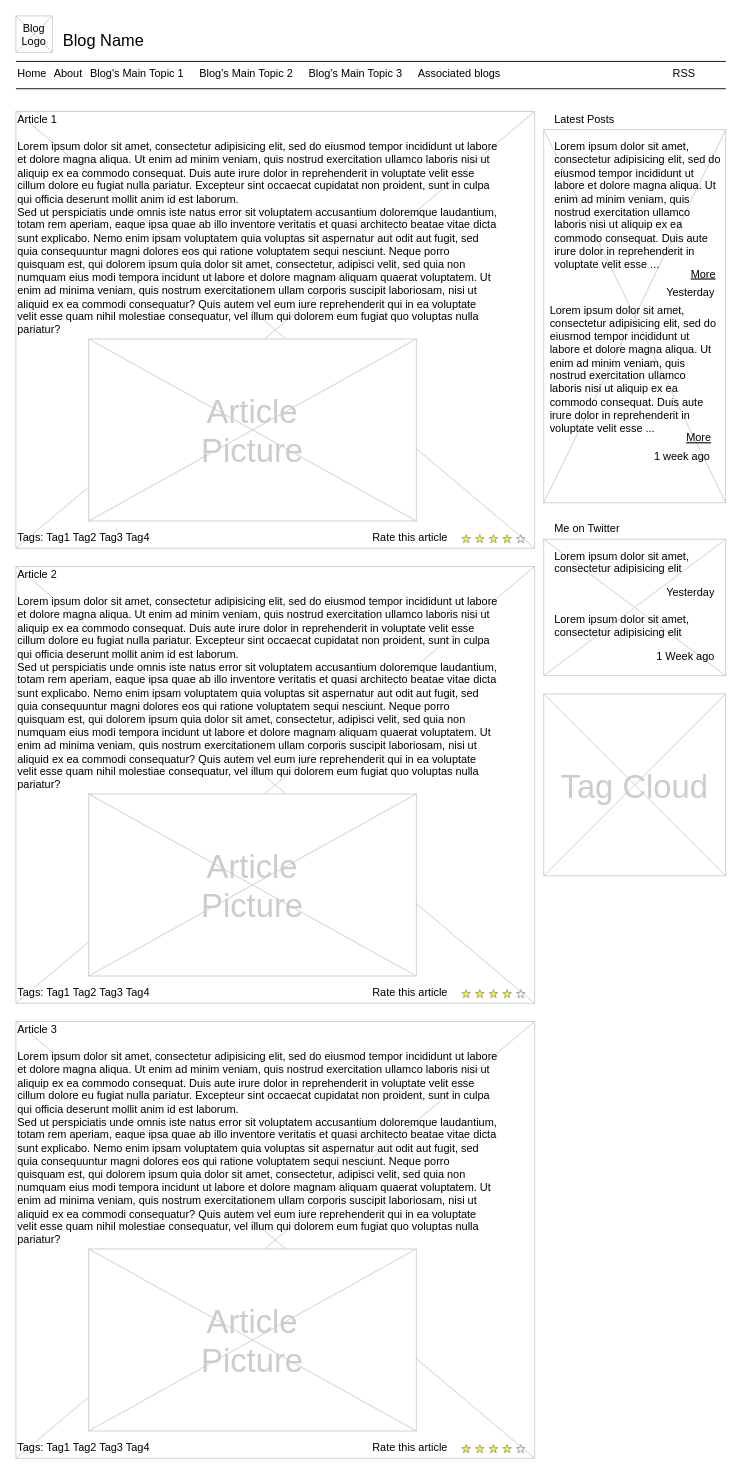
Earlier version of the draw.io diagram DeutschGrammatik.drawio (waqas79/DetuschGrammatik). Source tidied: cells renumbered, new cells numbered last; positions are measured from the earlier drawing's top-left corner, leaving out a move shared by most shapes. Both pictures are drawn from the tidied source at 91%, with x=0, y=0 at pixel (15, 15).
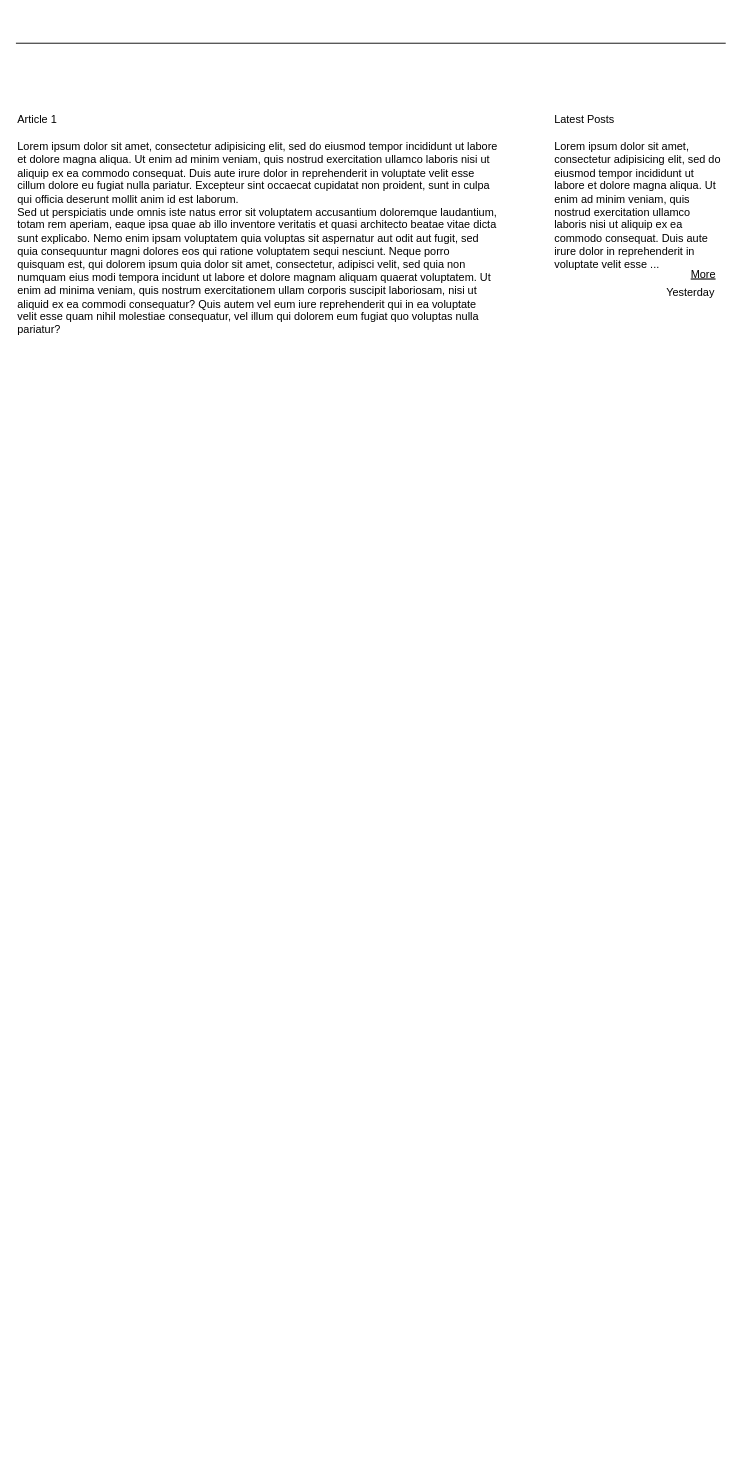
After the change.

The edit, as a diff of the source:
```diff
@@
-    <mxCell id="2" style="verticalLabelPosition=bottom;verticalAlign=top;strokeWidth=1;shape=mxgraph.mockup.graphics.iconGrid;strokeColor=#CCCCCC;gridSize=1,1;" parent="1" vertex="1">
-      <mxGeometry x="580" y="125" width="200" height="410" as="geometry" />
-    </mxCell>
-    <mxCell id="3" style="verticalLabelPosition=bottom;verticalAlign=top;strokeWidth=1;shape=mxgraph.mockup.graphics.iconGrid;strokeColor=#CCCCCC;gridSize=1,1;" parent="1" vertex="1">
-      <mxGeometry y="105" width="570" height="480" as="geometry" />
-    </mxCell>
-    <mxCell id="4" value="Blog Name" style="text;spacingTop=-5;fontSize=18;fontStyle=0;" parent="1" vertex="1">
-      <mxGeometry x="50" y="15" width="230" height="20" as="geometry" />
-    </mxCell>
-    <mxCell id="5" style="line;strokeWidth=1;" parent="1" vertex="1">
-      <mxGeometry y="45" width="780" height="10" as="geometry" />
-    </mxCell>
     <mxCell id="6" style="line;strokeWidth=1;" parent="1" vertex="1">
-      <mxGeometry y="75" width="780" height="10" as="geometry" />
+      <mxGeometry y="25" width="780" height="10" as="geometry" />
     </mxCell>
-    <mxCell id="7" value="Home" style="text;spacingTop=-5;" parent="1" vertex="1">
-      <mxGeometry y="55" width="30" height="20" as="geometry" />
-    </mxCell>
-    <mxCell id="8" value="About" style="text;spacingTop=-5;" parent="1" vertex="1">
-      <mxGeometry x="40" y="55" width="30" height="20" as="geometry" />
-    </mxCell>
-    <mxCell id="9" value="Associated blogs" style="text;spacingTop=-5;" parent="1" vertex="1">
-      <mxGeometry x="440" y="55" width="30" height="20" as="geometry" />
-    </mxCell>
@@
-    <mxCell id="13" value="RSS" style="text;spacingTop=-5;" parent="1" vertex="1">
-      <mxGeometry x="720" y="55" width="30" height="20" as="geometry" />
-    </mxCell>
@@
-    <mxCell id="17" value="Lorem ipsum dolor sit amet, consectetur adipisicing elit, sed do eiusmod tempor incididunt ut labore et dolore magna aliqua. Ut enim ad minim veniam, quis nostrud exercitation ullamco laboris nisi ut aliquip ex ea commodo consequat. Duis aute irure dolor in reprehenderit in voluptate velit esse ..." style="text;spacingTop=-5;whiteSpace=wrap;align=left;" parent="1" vertex="1">
-      <mxGeometry x="585" y="315" width="190" height="140" as="geometry" />
-    </mxCell>
-    <mxCell id="18" value="More" style="text;spacingTop=-5;fontStyle=4;" parent="1" vertex="1">
-      <mxGeometry x="735" y="455" width="30" height="20" as="geometry" />
-    </mxCell>
-    <mxCell id="19" value="1 week ago" style="text;spacingTop=-5;fontStyle=0;align=right;" parent="1" vertex="1">
-      <mxGeometry x="735" y="475" width="30" height="20" as="geometry" />
-    </mxCell>
-    <mxCell id="20" style="verticalLabelPosition=bottom;verticalAlign=top;strokeWidth=1;shape=mxgraph.mockup.graphics.iconGrid;strokeColor=#CCCCCC;gridSize=1,1;" parent="1" vertex="1">
-      <mxGeometry width="40" height="40" as="geometry" />
-    </mxCell>
-    <mxCell id="21" value="Blog &#10;Logo" style="text;spacingTop=-5;align=center;" parent="1" vertex="1">
-      <mxGeometry y="5" width="40" height="40" as="geometry" />
-    </mxCell>
-    <mxCell id="22" value="Blog's Main Topic 1" style="text;spacingTop=-5;" parent="1" vertex="1">
-      <mxGeometry x="80" y="55" width="30" height="20" as="geometry" />
-    </mxCell>
-    <mxCell id="23" value="Blog's Main Topic 2" style="text;spacingTop=-5;" parent="1" vertex="1">
-      <mxGeometry x="200" y="55" width="30" height="20" as="geometry" />
-    </mxCell>
-    <mxCell id="24" value="Blog's Main Topic 3" style="text;spacingTop=-5;" parent="1" vertex="1">
-      <mxGeometry x="320" y="55" width="30" height="20" as="geometry" />
-    </mxCell>
-    <mxCell id="25" style="verticalLabelPosition=bottom;verticalAlign=top;strokeWidth=1;shape=mxgraph.mockup.graphics.iconGrid;strokeColor=#CCCCCC;gridSize=1,1;" parent="1" vertex="1">
-      <mxGeometry x="80" y="355" width="360" height="200" as="geometry" />
-    </mxCell>
-    <mxCell id="26" value="Article&#10;Picture" style="text;spacingTop=-5;align=center;verticalAlign=middle;fontSize=36;fontColor=#CCCCCC;" parent="1" vertex="1">
-      <mxGeometry x="80" y="355" width="360" height="200" as="geometry" />
-    </mxCell>
-    <mxCell id="27" style="verticalLabelPosition=bottom;verticalAlign=top;strokeWidth=1;shape=mxgraph.mockup.graphics.iconGrid;strokeColor=#CCCCCC;gridSize=1,1;" parent="1" vertex="1">
-      <mxGeometry y="605" width="570" height="480" as="geometry" />
-    </mxCell>
-    <mxCell id="28" value="Article 2" style="text;spacingTop=-5;" parent="1" vertex="1">
-      <mxGeometry y="605" width="30" height="20" as="geometry" />
-    </mxCell>
-    <mxCell id="29" value="Lorem ipsum dolor sit amet, consectetur adipisicing elit, sed do eiusmod tempor incididunt ut labore et dolore magna aliqua. Ut enim ad minim veniam, quis nostrud exercitation ullamco laboris nisi ut aliquip ex ea commodo consequat. Duis aute irure dolor in reprehenderit in voluptate velit esse cillum dolore eu fugiat nulla pariatur. Excepteur sint occaecat cupidatat non proident, sunt in culpa qui officia deserunt mollit anim id est laborum.&#10;Sed ut perspiciatis unde omnis iste natus error sit voluptatem accusantium doloremque laudantium, totam rem aperiam, eaque ipsa quae ab illo inventore veritatis et quasi architecto beatae vitae dicta sunt explicabo. Nemo enim ipsam voluptatem quia voluptas sit aspernatur aut odit aut fugit, sed quia consequuntur magni dolores eos qui ratione voluptatem sequi nesciunt. Neque porro quisquam est, qui dolorem ipsum quia dolor sit amet, consectetur, adipisci velit, sed quia non numquam eius modi tempora incidunt ut labore et dolore magnam aliquam quaerat voluptatem. Ut enim ad minima veniam, quis nostrum exercitationem ullam corporis suscipit laboriosam, nisi ut aliquid ex ea commodi consequatur? Quis autem vel eum iure reprehenderit qui in ea voluptate velit esse quam nihil molestiae consequatur, vel illum qui dolorem eum fugiat quo voluptas nulla pariatur?" style="text;spacingTop=-5;whiteSpace=wrap;align=left;" parent="1" vertex="1">
-      <mxGeometry y="635" width="530" height="250" as="geometry" />
-    </mxCell>
-    <mxCell id="30" style="verticalLabelPosition=bottom;verticalAlign=top;strokeWidth=1;shape=mxgraph.mockup.graphics.iconGrid;strokeColor=#CCCCCC;gridSize=1,1;" parent="1" vertex="1">
-      <mxGeometry x="80" y="855" width="360" height="200" as="geometry" />
-    </mxCell>
-    <mxCell id="31" value="Article&#10;Picture" style="text;spacingTop=-5;align=center;verticalAlign=middle;fontSize=36;fontColor=#CCCCCC;" parent="1" vertex="1">
-      <mxGeometry x="80" y="855" width="360" height="200" as="geometry" />
-    </mxCell>
-    <mxCell id="32" style="verticalLabelPosition=bottom;verticalAlign=top;strokeWidth=1;shape=mxgraph.mockup.graphics.iconGrid;strokeColor=#CCCCCC;gridSize=1,1;" parent="1" vertex="1">
-      <mxGeometry y="1105" width="570" height="480" as="geometry" />
-    </mxCell>
-    <mxCell id="33" value="Article 3" style="text;spacingTop=-5;" parent="1" vertex="1">
-      <mxGeometry y="1105" width="30" height="20" as="geometry" />
-    </mxCell>
-    <mxCell id="34" value="Lorem ipsum dolor sit amet, consectetur adipisicing elit, sed do eiusmod tempor incididunt ut labore et dolore magna aliqua. Ut enim ad minim veniam, quis nostrud exercitation ullamco laboris nisi ut aliquip ex ea commodo consequat. Duis aute irure dolor in reprehenderit in voluptate velit esse cillum dolore eu fugiat nulla pariatur. Excepteur sint occaecat cupidatat non proident, sunt in culpa qui officia deserunt mollit anim id est laborum.&#10;Sed ut perspiciatis unde omnis iste natus error sit voluptatem accusantium doloremque laudantium, totam rem aperiam, eaque ipsa quae ab illo inventore veritatis et quasi architecto beatae vitae dicta sunt explicabo. Nemo enim ipsam voluptatem quia voluptas sit aspernatur aut odit aut fugit, sed quia consequuntur magni dolores eos qui ratione voluptatem sequi nesciunt. Neque porro quisquam est, qui dolorem ipsum quia dolor sit amet, consectetur, adipisci velit, sed quia non numquam eius modi tempora incidunt ut labore et dolore magnam aliquam quaerat voluptatem. Ut enim ad minima veniam, quis nostrum exercitationem ullam corporis suscipit laboriosam, nisi ut aliquid ex ea commodi consequatur? Quis autem vel eum iure reprehenderit qui in ea voluptate velit esse quam nihil molestiae consequatur, vel illum qui dolorem eum fugiat quo voluptas nulla pariatur?" style="text;spacingTop=-5;whiteSpace=wrap;align=left;" parent="1" vertex="1">
-      <mxGeometry y="1135" width="530" height="250" as="geometry" />
-    </mxCell>
-    <mxCell id="35" style="verticalLabelPosition=bottom;verticalAlign=top;strokeWidth=1;shape=mxgraph.mockup.graphics.iconGrid;strokeColor=#CCCCCC;gridSize=1,1;" parent="1" vertex="1">
-      <mxGeometry x="80" y="1355" width="360" height="200" as="geometry" />
-    </mxCell>
-    <mxCell id="36" value="Article&#10;Picture" style="text;spacingTop=-5;align=center;verticalAlign=middle;fontSize=36;fontColor=#CCCCCC;" parent="1" vertex="1">
-      <mxGeometry x="80" y="1355" width="360" height="200" as="geometry" />
-    </mxCell>
-    <mxCell id="37" style="verticalLabelPosition=bottom;verticalAlign=top;strokeWidth=1;shape=mxgraph.mockup.misc.rating;strokeColor=#999999;fillColor=#ffff00;emptyFillColor=#ffffff;grade=4;ratingScale=5;ratingStyle=star;" parent="1" vertex="1">
-      <mxGeometry x="490" y="570" width="77.5" height="10" as="geometry" />
-    </mxCell>
-    <mxCell id="38" value="Rate this article" style="text;spacingTop=-5;" parent="1" vertex="1">
-      <mxGeometry x="390" y="565" width="30" height="20" as="geometry" />
-    </mxCell>
-    <mxCell id="39" style="verticalLabelPosition=bottom;verticalAlign=top;strokeWidth=1;shape=mxgraph.mockup.misc.rating;strokeColor=#999999;fillColor=#ffff00;emptyFillColor=#ffffff;grade=4;ratingScale=5;ratingStyle=star;" parent="1" vertex="1">
-      <mxGeometry x="490" y="1070" width="77.5" height="10" as="geometry" />
-    </mxCell>
-    <mxCell id="40" value="Rate this article" style="text;spacingTop=-5;" parent="1" vertex="1">
-      <mxGeometry x="390" y="1065" width="30" height="20" as="geometry" />
-    </mxCell>
-    <mxCell id="41" style="verticalLabelPosition=bottom;verticalAlign=top;strokeWidth=1;shape=mxgraph.mockup.misc.rating;strokeColor=#999999;fillColor=#ffff00;emptyFillColor=#ffffff;grade=4;ratingScale=5;ratingStyle=star;" parent="1" vertex="1">
-      <mxGeometry x="490" y="1570" width="77.5" height="10" as="geometry" />
-    </mxCell>
-    <mxCell id="42" value="Rate this article" style="text;spacingTop=-5;" parent="1" vertex="1">
-      <mxGeometry x="390" y="1565" width="30" height="20" as="geometry" />
-    </mxCell>
-    <mxCell id="43" value="Tags: Tag1 Tag2 Tag3 Tag4" style="text;spacingTop=-5;" parent="1" vertex="1">
-      <mxGeometry y="565" width="210" height="20" as="geometry" />
-    </mxCell>
-    <mxCell id="44" value="Tags: Tag1 Tag2 Tag3 Tag4" style="text;spacingTop=-5;" parent="1" vertex="1">
-      <mxGeometry y="1065" width="210" height="20" as="geometry" />
-    </mxCell>
-    <mxCell id="45" value="Tags: Tag1 Tag2 Tag3 Tag4" style="text;spacingTop=-5;" parent="1" vertex="1">
-      <mxGeometry y="1565" width="210" height="20" as="geometry" />
-    </mxCell>
-    <mxCell id="46" style="verticalLabelPosition=bottom;verticalAlign=top;strokeWidth=1;shape=mxgraph.mockup.graphics.iconGrid;strokeColor=#CCCCCC;gridSize=1,1;" parent="1" vertex="1">
-      <mxGeometry x="580" y="575" width="200" height="150" as="geometry" />
-    </mxCell>
-    <mxCell id="47" value="Me on Twitter" style="text;spacingTop=-5;" parent="1" vertex="1">
-      <mxGeometry x="590" y="555" width="30" height="20" as="geometry" />
-    </mxCell>
-    <mxCell id="48" value="Lorem ipsum dolor sit amet, consectetur adipisicing elit" style="text;spacingTop=-5;whiteSpace=wrap;align=left;" parent="1" vertex="1">
-      <mxGeometry x="590" y="585" width="190" height="40" as="geometry" />
-    </mxCell>
-    <mxCell id="49" value="Yesterday" style="text;spacingTop=-5;fontStyle=0;align=right;" parent="1" vertex="1">
-      <mxGeometry x="740" y="625" width="30" height="20" as="geometry" />
-    </mxCell>
-    <mxCell id="50" style="verticalLabelPosition=bottom;verticalAlign=top;strokeWidth=1;shape=mxgraph.mockup.graphics.iconGrid;strokeColor=#CCCCCC;gridSize=1,1;" parent="1" vertex="1">
-      <mxGeometry x="580" y="745" width="200" height="200" as="geometry" />
-    </mxCell>
-    <mxCell id="51" value="Tag Cloud" style="text;spacingTop=-5;align=center;verticalAlign=middle;fontSize=36;fontColor=#CCCCCC;" parent="1" vertex="1">
-      <mxGeometry x="580" y="745" width="200" height="200" as="geometry" />
-    </mxCell>
-    <mxCell id="52" value="Lorem ipsum dolor sit amet, consectetur adipisicing elit" style="text;spacingTop=-5;whiteSpace=wrap;align=left;" parent="1" vertex="1">
-      <mxGeometry x="590" y="655" width="190" height="40" as="geometry" />
-    </mxCell>
-    <mxCell id="53" value="1 Week ago" style="text;spacingTop=-5;fontStyle=0;align=right;" parent="1" vertex="1">
-      <mxGeometry x="740" y="695" width="30" height="20" as="geometry" />
-    </mxCell>
```
